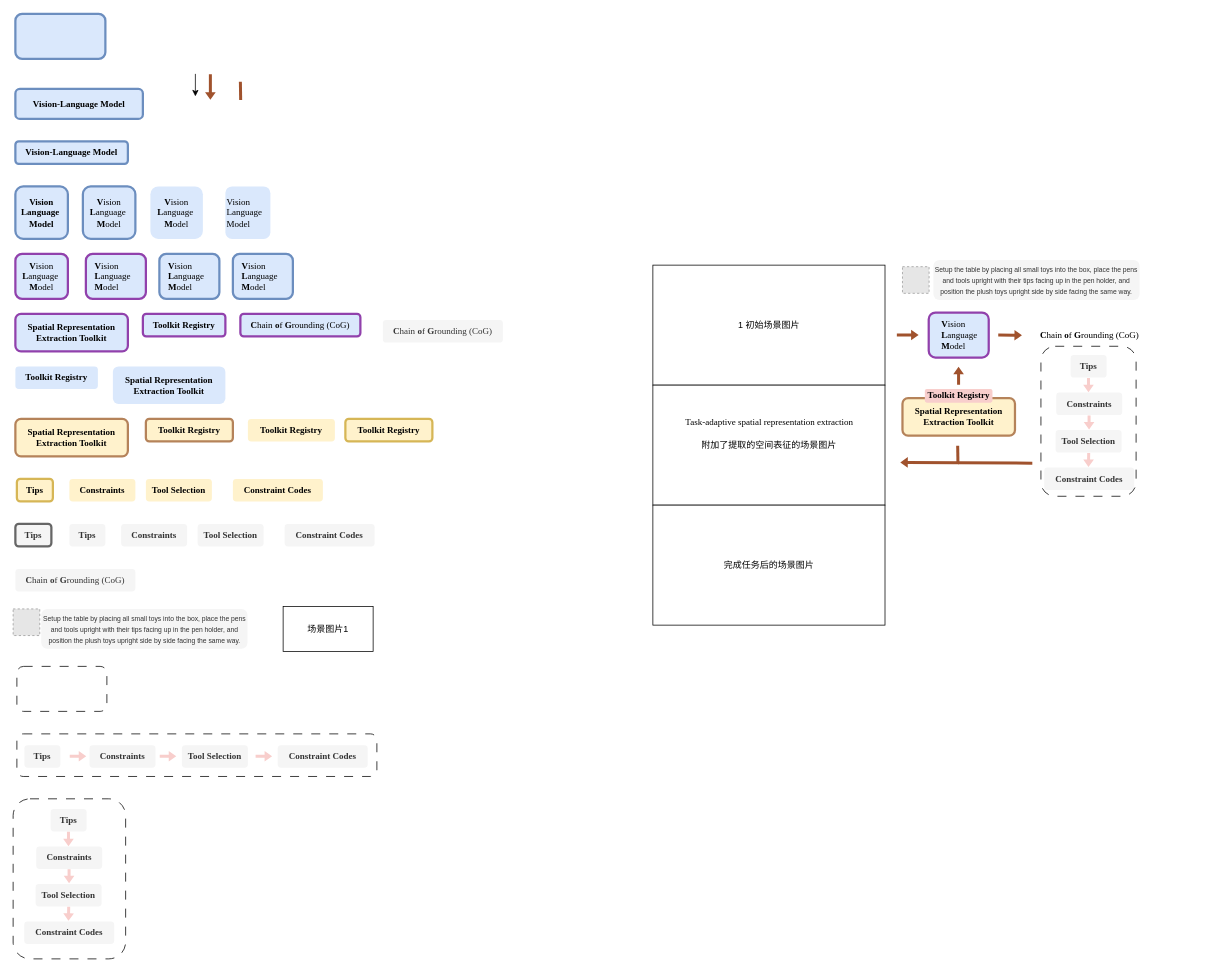
AnonAnonAnonAnonAnon/Figure_live keeps this draw.io diagram as taki.drawio. Above is the earlier version. Source tidied: cells renumbered, new cells numbered last; positions are measured from the earlier drawing's top-left corner, leaving out a move shared by most shapes. Both pictures are drawn from the tidied source at 75%, with x=0, y=0 at pixel (13, 14). Pictures stored in the file or linked from it are replaced by grey dashed boxes.
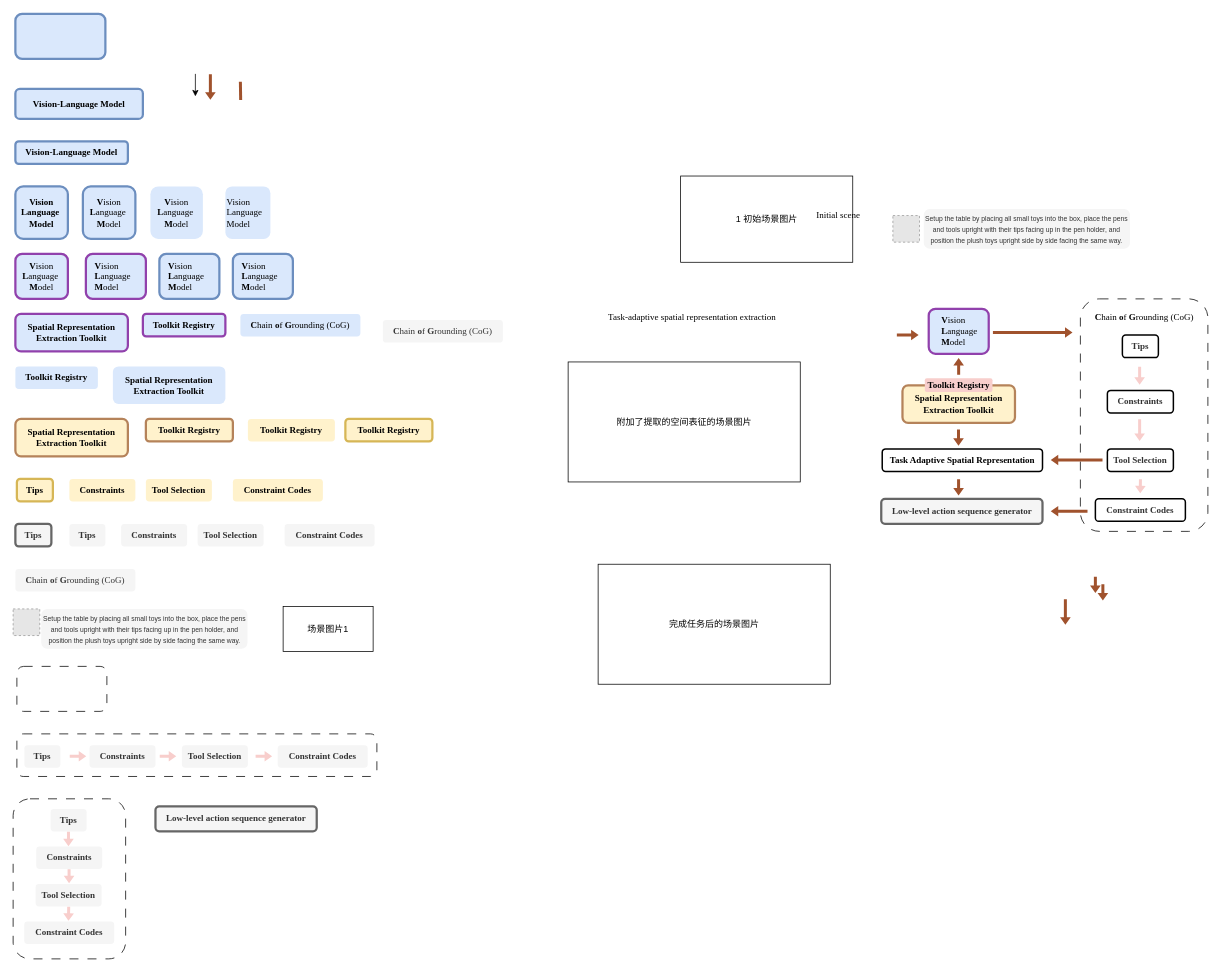
Above is the later version.

Change to the diagram source:
```diff
@@
-    <mxCell id="17" value="&lt;div&gt;&lt;div class=&quot;old-record-id-Jpved50hUo4uE4xDqZKcLIfEnAk&quot;&gt;&lt;font&gt;&lt;b&gt;C&lt;/b&gt;hain &lt;b&gt;o&lt;/b&gt;f &lt;b&gt;G&lt;/b&gt;rounding (CoG)&lt;/font&gt;&lt;/div&gt;&lt;/div&gt;&lt;font&gt;&lt;span data-lark-record-data=&quot;{&amp;quot;rootId&amp;quot;:&amp;quot;Y6xqdsJ0JoNIp3x1KjNcxyL0n1f&amp;quot;,&amp;quot;text&amp;quot;:{&amp;quot;initialAttributedTexts&amp;quot;:{&amp;quot;text&amp;quot;:{&amp;quot;0&amp;quot;:&amp;quot;Chain of Grounding (CoG)&amp;quot;},&amp;quot;attribs&amp;quot;:{&amp;quot;0&amp;quot;:&amp;quot;*0+o&amp;quot;}},&amp;quot;apool&amp;quot;:{&amp;quot;numToAttrib&amp;quot;:{&amp;quot;0&amp;quot;:[&amp;quot;author&amp;quot;,&amp;quot;7455933905562779650&amp;quot;]},&amp;quot;nextNum&amp;quot;:1}},&amp;quot;type&amp;quot;:&amp;quot;text&amp;quot;,&amp;quot;referenceRecordMap&amp;quot;:{},&amp;quot;extra&amp;quot;:{&amp;quot;channel&amp;quot;:&amp;quot;saas&amp;quot;,&amp;quot;isEqualBlockSelection&amp;quot;:false,&amp;quot;pasteRandomId&amp;quot;:&amp;quot;5d08a9c0-3101-4293-8adc-91da2f840806&amp;quot;,&amp;quot;mention_page_title&amp;quot;:{},&amp;quot;external_mention_url&amp;quot;:{}},&amp;quot;isKeepQuoteContainer&amp;quot;:false,&amp;quot;isFromCode&amp;quot;:false,&amp;quot;selection&amp;quot;:[{&amp;quot;id&amp;quot;:1047,&amp;quot;type&amp;quot;:&amp;quot;text&amp;quot;,&amp;quot;selection&amp;quot;:{&amp;quot;start&amp;quot;:4,&amp;quot;end&amp;quot;:28},&amp;quot;recordId&amp;quot;:&amp;quot;Jpved50hUo4uE4xDqZKcLIfEnAk&amp;quot;}],&amp;quot;payloadMap&amp;quot;:{},&amp;quot;isCut&amp;quot;:false}&quot; class=&quot;lark-record-clipboard&quot;&gt;&lt;/span&gt;&lt;/font&gt;" style="rounded=1;whiteSpace=wrap;html=1;strokeWidth=3;fillColor=#dae8fc;strokeColor=light-dark(#9141ac, #a9adff);align=center;fontFamily=Times New Roman;" parent="1" vertex="1">
+    <mxCell id="17" value="&lt;div&gt;&lt;div class=&quot;old-record-id-Jpved50hUo4uE4xDqZKcLIfEnAk&quot;&gt;&lt;font&gt;&lt;b&gt;C&lt;/b&gt;hain &lt;b&gt;o&lt;/b&gt;f &lt;b&gt;G&lt;/b&gt;rounding (CoG)&lt;/font&gt;&lt;/div&gt;&lt;/div&gt;&lt;font&gt;&lt;span data-lark-record-data=&quot;{&amp;quot;rootId&amp;quot;:&amp;quot;Y6xqdsJ0JoNIp3x1KjNcxyL0n1f&amp;quot;,&amp;quot;text&amp;quot;:{&amp;quot;initialAttributedTexts&amp;quot;:{&amp;quot;text&amp;quot;:{&amp;quot;0&amp;quot;:&amp;quot;Chain of Grounding (CoG)&amp;quot;},&amp;quot;attribs&amp;quot;:{&amp;quot;0&amp;quot;:&amp;quot;*0+o&amp;quot;}},&amp;quot;apool&amp;quot;:{&amp;quot;numToAttrib&amp;quot;:{&amp;quot;0&amp;quot;:[&amp;quot;author&amp;quot;,&amp;quot;7455933905562779650&amp;quot;]},&amp;quot;nextNum&amp;quot;:1}},&amp;quot;type&amp;quot;:&amp;quot;text&amp;quot;,&amp;quot;referenceRecordMap&amp;quot;:{},&amp;quot;extra&amp;quot;:{&amp;quot;channel&amp;quot;:&amp;quot;saas&amp;quot;,&amp;quot;isEqualBlockSelection&amp;quot;:false,&amp;quot;pasteRandomId&amp;quot;:&amp;quot;5d08a9c0-3101-4293-8adc-91da2f840806&amp;quot;,&amp;quot;mention_page_title&amp;quot;:{},&amp;quot;external_mention_url&amp;quot;:{}},&amp;quot;isKeepQuoteContainer&amp;quot;:false,&amp;quot;isFromCode&amp;quot;:false,&amp;quot;selection&amp;quot;:[{&amp;quot;id&amp;quot;:1047,&amp;quot;type&amp;quot;:&amp;quot;text&amp;quot;,&amp;quot;selection&amp;quot;:{&amp;quot;start&amp;quot;:4,&amp;quot;end&amp;quot;:28},&amp;quot;recordId&amp;quot;:&amp;quot;Jpved50hUo4uE4xDqZKcLIfEnAk&amp;quot;}],&amp;quot;payloadMap&amp;quot;:{},&amp;quot;isCut&amp;quot;:false}&quot; class=&quot;lark-record-clipboard&quot;&gt;&lt;/span&gt;&lt;/font&gt;" style="rounded=1;whiteSpace=wrap;html=1;strokeWidth=3;fillColor=#dae8fc;strokeColor=none;align=center;fontFamily=Times New Roman;" parent="1" vertex="1">
       <mxGeometry x="303" y="400" width="160" height="30" as="geometry" />
     </mxCell>
@@
     <mxCell id="39" value="1 初始场景图片" style="rounded=0;whiteSpace=wrap;html=1;" parent="1" vertex="1">
-      <mxGeometry x="853" y="335" width="309.5" height="160" as="geometry" />
+      <mxGeometry x="890" y="216.2" width="229.5" height="115" as="geometry" />
     </mxCell>
     <mxCell id="40" style="fillColor=#E6E6E6;strokeColor=#999999;dashed=1;verticalLabelPosition=bottom;labelBackgroundColor=default;verticalAlign=top;" parent="1" vertex="1">
-      <mxGeometry x="1185.8" y="337.1" width="35.5" height="35.5" as="geometry" />
+      <mxGeometry x="1173" y="268.9" width="35.5" height="35.5" as="geometry" />
     </mxCell>
     <mxCell id="41" value="&lt;p&gt;&lt;font style=&quot;font-size: 9px;&quot;&gt;Setup the table by placing all small toys into the box, place the pens and tools upright with their tips facing up in the pen holder, and position the plush toys upright side by side facing the same way.&lt;/font&gt;&lt;/p&gt;" style="rounded=1;whiteSpace=wrap;html=1;strokeWidth=3;fillColor=#f5f5f5;strokeColor=none;align=center;fontColor=#333333;" parent="1" vertex="1">
-      <mxGeometry x="1227" y="328.2" width="275" height="53.2" as="geometry" />
+      <mxGeometry x="1214.2" y="260" width="275" height="53.2" as="geometry" />
     </mxCell>
     <mxCell id="42" style="rounded=1;whiteSpace=wrap;html=1;strokeWidth=3;fillColor=#dae8fc;strokeColor=light-dark(#9141ac, #a9adff);align=center;" parent="1" vertex="1">
-      <mxGeometry x="1220.8" y="398.2" width="80" height="60" as="geometry" />
+      <mxGeometry x="1220.8" y="393.2" width="80" height="60" as="geometry" />
     </mxCell>
     <mxCell id="43" value="&lt;div align=&quot;left&quot;&gt;&lt;font face=&quot;Times New Roman&quot;&gt;&lt;b&gt;V&lt;/b&gt;ision&lt;/font&gt;&lt;/div&gt;&lt;div align=&quot;left&quot;&gt;&lt;font face=&quot;Times New Roman&quot;&gt;&lt;b&gt;L&lt;/b&gt;anguage&lt;/font&gt;&lt;/div&gt;&lt;div align=&quot;left&quot;&gt;&lt;font face=&quot;Times New Roman&quot;&gt;&lt;b&gt;M&lt;/b&gt;odel&lt;/font&gt;&lt;/div&gt;" style="text;html=1;align=left;verticalAlign=middle;strokeColor=none;fillColor=none;" parent="1" vertex="1">
-      <mxGeometry x="1235.9" y="398.2" width="70" height="60" as="geometry" />
+      <mxGeometry x="1235.9" y="393.2" width="70" height="60" as="geometry" />
     </mxCell>
     <mxCell id="44" value="&lt;font face=&quot;Times New Roman&quot;&gt;&lt;b&gt;Spatial Representation Extraction Toolkit&lt;/b&gt;&lt;/font&gt;" style="rounded=1;whiteSpace=wrap;html=1;strokeWidth=3;fillColor=#fff2cc;strokeColor=light-dark(#b5835a, #00a200);align=center;" parent="1" vertex="1">
-      <mxGeometry x="1185.8" y="512.4" width="150" height="50" as="geometry" />
+      <mxGeometry x="1185.8" y="495.3" width="150" height="50" as="geometry" />
     </mxCell>
     <mxCell id="45" value="&lt;font face=&quot;Times New Roman&quot;&gt;&lt;b&gt;Toolkit Registry&lt;/b&gt;&lt;/font&gt;" style="rounded=1;whiteSpace=wrap;html=1;strokeWidth=3;fillColor=#f8cecc;strokeColor=none;align=center;" parent="1" vertex="1">
-      <mxGeometry x="1215.6" y="500" width="90.2" height="18.4" as="geometry" />
+      <mxGeometry x="1215.6" y="485.8" width="90.2" height="18.4" as="geometry" />
     </mxCell>
@@
-    <mxCell id="65" value="&lt;font face=&quot;Times New Roman&quot;&gt;&lt;b&gt;Tips&lt;/b&gt;&lt;/font&gt;" style="rounded=1;whiteSpace=wrap;html=1;strokeWidth=3;fillColor=#f5f5f5;strokeColor=none;align=center;fontColor=#333333;" parent="1" vertex="1">
-      <mxGeometry x="1410" y="454.9" width="48" height="30" as="geometry" />
+    <mxCell id="65" value="&lt;b&gt;&lt;font face=&quot;Times New Roman&quot;&gt;Tips&lt;/font&gt;&lt;/b&gt;" style="rounded=1;whiteSpace=wrap;html=1;strokeWidth=2;fillColor=none;strokeColor=default;align=center;fontColor=#333333;" parent="1" vertex="1">
+      <mxGeometry x="1479" y="428.3" width="48" height="30" as="geometry" />
     </mxCell>
-    <mxCell id="66" value="&lt;font face=&quot;Times New Roman&quot;&gt;&lt;b&gt;Constraints&lt;/b&gt;&lt;/font&gt;" style="rounded=1;whiteSpace=wrap;html=1;strokeWidth=3;fillColor=#f5f5f5;strokeColor=none;align=center;fontColor=#333333;" parent="1" vertex="1">
-      <mxGeometry x="1390.8" y="504.9" width="88" height="30" as="geometry" />
+    <mxCell id="66" value="&lt;font face=&quot;Times New Roman&quot;&gt;&lt;b&gt;Constraints&lt;/b&gt;&lt;/font&gt;" style="rounded=1;whiteSpace=wrap;html=1;strokeWidth=2;fillColor=none;strokeColor=default;align=center;fontColor=#333333;" parent="1" vertex="1">
+      <mxGeometry x="1459" y="502" width="88" height="30" as="geometry" />
     </mxCell>
-    <mxCell id="67" value="&lt;font face=&quot;Times New Roman&quot;&gt;&lt;b&gt;Tool Selection&lt;/b&gt;&lt;/font&gt;" style="rounded=1;whiteSpace=wrap;html=1;strokeWidth=3;fillColor=#f5f5f5;strokeColor=none;align=center;fontColor=#333333;" parent="1" vertex="1">
-      <mxGeometry x="1390" y="554.9" width="88" height="30" as="geometry" />
+    <mxCell id="67" value="&lt;font face=&quot;Times New Roman&quot;&gt;&lt;b&gt;Tool Selection&lt;/b&gt;&lt;/font&gt;" style="rounded=1;whiteSpace=wrap;html=1;strokeWidth=2;fillColor=none;strokeColor=default;align=center;fontColor=#333333;" parent="1" vertex="1">
+      <mxGeometry x="1459" y="580" width="88" height="30" as="geometry" />
     </mxCell>
-    <mxCell id="68" value="&lt;font face=&quot;Times New Roman&quot;&gt;&lt;b&gt;Constraint Codes&lt;/b&gt;&lt;/font&gt;" style="rounded=1;whiteSpace=wrap;html=1;strokeWidth=3;fillColor=#f5f5f5;strokeColor=none;align=center;fontColor=#333333;" parent="1" vertex="1">
-      <mxGeometry x="1374.8" y="604.9" width="120" height="30" as="geometry" />
+    <mxCell id="68" value="&lt;font face=&quot;Times New Roman&quot;&gt;&lt;b&gt;Constraint Codes&lt;/b&gt;&lt;/font&gt;" style="rounded=1;whiteSpace=wrap;html=1;strokeWidth=2;fillColor=none;strokeColor=default;align=center;fontColor=#333333;" parent="1" vertex="1">
+      <mxGeometry x="1443" y="646.6" width="120" height="30" as="geometry" />
     </mxCell>
     <mxCell id="69" style="rounded=1;whiteSpace=wrap;html=1;fillColor=none;dashed=1;dashPattern=12 12;" parent="1" vertex="1">
-      <mxGeometry x="1370.4" y="443.2" width="126.9" height="200" as="geometry" />
+      <mxGeometry x="1423" y="380" width="170" height="310" as="geometry" />
     </mxCell>
     <mxCell id="70" style="shape=flexArrow;endArrow=classic;html=1;rounded=0;fillColor=#f8cecc;strokeColor=none;targetPerimeterSpacing=0;endSize=3;startSize=6;endWidth=9.2;width=4;shadow=0;" parent="1" edge="1">
       <mxGeometry relative="1" as="geometry">
-        <mxPoint x="1433.8" y="484.9" as="sourcePoint" />
-        <mxPoint x="1433.8" y="505.1" as="targetPoint" />
+        <mxPoint x="1502" y="470" as="sourcePoint" />
+        <mxPoint x="1502" y="495.1" as="targetPoint" />
       </mxGeometry>
     </mxCell>
     <mxCell id="71" style="shape=flexArrow;endArrow=classic;html=1;rounded=0;fillColor=#f8cecc;strokeColor=none;targetPerimeterSpacing=0;endSize=3;startSize=6;endWidth=9.2;width=4;shadow=0;" parent="1" edge="1">
       <mxGeometry relative="1" as="geometry">
-        <mxPoint x="1434.1" y="584.9" as="sourcePoint" />
-        <mxPoint x="1433.8" y="604.7" as="targetPoint" />
+        <mxPoint x="1503.1" y="620" as="sourcePoint" />
+        <mxPoint x="1502.8" y="639.8" as="targetPoint" />
       </mxGeometry>
     </mxCell>
     <mxCell id="72" style="shape=flexArrow;endArrow=classic;html=1;rounded=0;fillColor=#f8cecc;strokeColor=none;targetPerimeterSpacing=0;endSize=3;startSize=6;endWidth=9.2;width=4;shadow=0;" parent="1" edge="1">
       <mxGeometry relative="1" as="geometry">
-        <mxPoint x="1434.6" y="534.9" as="sourcePoint" />
-        <mxPoint x="1434.6" y="554.7" as="targetPoint" />
+        <mxPoint x="1502" y="540" as="sourcePoint" />
+        <mxPoint x="1502" y="570" as="targetPoint" />
       </mxGeometry>
     </mxCell>
     <mxCell id="73" value="&lt;div&gt;&lt;div class=&quot;old-record-id-Jpved50hUo4uE4xDqZKcLIfEnAk&quot;&gt;&lt;font face=&quot;Times New Roman&quot;&gt;&lt;b&gt;C&lt;/b&gt;hain &lt;b&gt;o&lt;/b&gt;f &lt;b&gt;G&lt;/b&gt;rounding (CoG)&lt;/font&gt;&lt;/div&gt;&lt;/div&gt;&lt;font face=&quot;Times New Roman&quot;&gt;&lt;span data-lark-record-data=&quot;{&amp;quot;rootId&amp;quot;:&amp;quot;Y6xqdsJ0JoNIp3x1KjNcxyL0n1f&amp;quot;,&amp;quot;text&amp;quot;:{&amp;quot;initialAttributedTexts&amp;quot;:{&amp;quot;text&amp;quot;:{&amp;quot;0&amp;quot;:&amp;quot;Chain of Grounding (CoG)&amp;quot;},&amp;quot;attribs&amp;quot;:{&amp;quot;0&amp;quot;:&amp;quot;*0+o&amp;quot;}},&amp;quot;apool&amp;quot;:{&amp;quot;numToAttrib&amp;quot;:{&amp;quot;0&amp;quot;:[&amp;quot;author&amp;quot;,&amp;quot;7455933905562779650&amp;quot;]},&amp;quot;nextNum&amp;quot;:1}},&amp;quot;type&amp;quot;:&amp;quot;text&amp;quot;,&amp;quot;referenceRecordMap&amp;quot;:{},&amp;quot;extra&amp;quot;:{&amp;quot;channel&amp;quot;:&amp;quot;saas&amp;quot;,&amp;quot;isEqualBlockSelection&amp;quot;:false,&amp;quot;pasteRandomId&amp;quot;:&amp;quot;5d08a9c0-3101-4293-8adc-91da2f840806&amp;quot;,&amp;quot;mention_page_title&amp;quot;:{},&amp;quot;external_mention_url&amp;quot;:{}},&amp;quot;isKeepQuoteContainer&amp;quot;:false,&amp;quot;isFromCode&amp;quot;:false,&amp;quot;selection&amp;quot;:[{&amp;quot;id&amp;quot;:1047,&amp;quot;type&amp;quot;:&amp;quot;text&amp;quot;,&amp;quot;selection&amp;quot;:{&amp;quot;start&amp;quot;:4,&amp;quot;end&amp;quot;:28},&amp;quot;recordId&amp;quot;:&amp;quot;Jpved50hUo4uE4xDqZKcLIfEnAk&amp;quot;}],&amp;quot;payloadMap&amp;quot;:{},&amp;quot;isCut&amp;quot;:false}&quot; class=&quot;lark-record-clipboard&quot;&gt;&lt;/span&gt;&lt;/font&gt;" style="text;html=1;align=center;verticalAlign=middle;strokeColor=none;fillColor=none;" parent="1" vertex="1">
-      <mxGeometry x="1354.8" y="413.2" width="160" height="30" as="geometry" />
+      <mxGeometry x="1428" y="388.8" width="160" height="30" as="geometry" />
     </mxCell>
     <mxCell id="74" value="附加了提取的空间表征的场景图片" style="rounded=0;whiteSpace=wrap;html=1;" parent="1" vertex="1">
-      <mxGeometry x="853" y="495" width="309.5" height="160" as="geometry" />
+      <mxGeometry x="740" y="464.1" width="309.5" height="160" as="geometry" />
     </mxCell>
     <mxCell id="75" value="&lt;font face=&quot;Times New Roman&quot;&gt;Task-adaptive spatial representation extraction&lt;/font&gt;" style="text;html=1;align=center;verticalAlign=middle;strokeColor=none;fillColor=none;" parent="1" vertex="1">
-      <mxGeometry x="882.8" y="530" width="250" height="30" as="geometry" />
+      <mxGeometry x="780" y="388.8" width="250" height="30" as="geometry" />
     </mxCell>
@@
     <mxCell id="77" style="shape=flexArrow;endArrow=classic;html=1;rounded=0;fillColor=#a0522d;strokeColor=none;targetPerimeterSpacing=0;endSize=3;startSize=6;endWidth=9.2;width=4;shadow=0;" parent="1" edge="1">
       <mxGeometry relative="1" as="geometry">
-        <mxPoint x="1260.6" y="495.1" as="sourcePoint" />
-        <mxPoint x="1260.6" y="470" as="targetPoint" />
+        <mxPoint x="1260.7" y="481.6" as="sourcePoint" />
+        <mxPoint x="1260.7" y="458.2" as="targetPoint" />
       </mxGeometry>
     </mxCell>
     <mxCell id="78" style="shape=flexArrow;endArrow=classic;html=1;rounded=0;fillColor=#a0522d;strokeColor=none;targetPerimeterSpacing=0;endSize=3;startSize=6;endWidth=9.2;width=4;shadow=0;" parent="1" edge="1">
       <mxGeometry relative="1" as="geometry">
-        <mxPoint x="1313" y="428.2" as="sourcePoint" />
-        <mxPoint x="1345.6" y="428.6" as="targetPoint" />
+        <mxPoint x="1305.9" y="424.8" as="sourcePoint" />
+        <mxPoint x="1413" y="424.8" as="targetPoint" />
       </mxGeometry>
     </mxCell>
-    <mxCell id="79" style="shape=flexArrow;endArrow=classic;html=1;rounded=0;fillColor=#a0522d;strokeColor=none;targetPerimeterSpacing=0;endSize=3;startSize=6;endWidth=9.2;width=4;shadow=0;" parent="1" edge="1">
-      <mxGeometry relative="1" as="geometry">
-        <mxPoint x="1261.5" y="598.6" as="sourcePoint" />
-        <mxPoint x="1182.4" y="598" as="targetPoint" />
-      </mxGeometry>
-    </mxCell>
-    <mxCell id="80" style="shape=flexArrow;endArrow=none;html=1;rounded=0;fillColor=#a0522d;strokeColor=none;targetPerimeterSpacing=0;endSize=3;startSize=6;endWidth=9.2;width=4;shadow=0;startFill=0;" parent="1" edge="1">
-      <mxGeometry relative="1" as="geometry">
-        <mxPoint x="1259.4" y="575.2" as="sourcePoint" />
-        <mxPoint x="1259.8" y="600.5" as="targetPoint" />
-      </mxGeometry>
-    </mxCell>
@@
-    <mxCell id="82" style="shape=flexArrow;endArrow=none;html=1;rounded=0;fillColor=#a0522d;strokeColor=none;targetPerimeterSpacing=0;endSize=3;startSize=6;endWidth=9.2;width=4;shadow=0;startFill=0;" parent="1" edge="1">
-      <mxGeometry relative="1" as="geometry">
-        <mxPoint x="1259.4" y="598.6" as="sourcePoint" />
-        <mxPoint x="1359.4" y="599" as="targetPoint" />
-      </mxGeometry>
-    </mxCell>
     <mxCell id="83" value="完成任务后的场景图片" style="rounded=0;whiteSpace=wrap;html=1;" parent="1" vertex="1">
-      <mxGeometry x="853" y="655" width="309.5" height="160" as="geometry" />
+      <mxGeometry x="780" y="733.8" width="309.5" height="160" as="geometry" />
     </mxCell>
+    <mxCell id="84" value="&lt;font face=&quot;Times New Roman&quot;&gt;&lt;b&gt;Low-level action sequence generator&lt;/b&gt;&lt;/font&gt;" style="rounded=1;whiteSpace=wrap;html=1;strokeWidth=3;fillColor=#f5f5f5;strokeColor=#666666;align=center;fontColor=#333333;" parent="1" vertex="1">
+      <mxGeometry x="1157.5" y="646.6" width="215" height="33.4" as="geometry" />
+    </mxCell>
+    <mxCell id="85" style="shape=flexArrow;endArrow=classic;html=1;rounded=0;fillColor=#a0522d;strokeColor=none;targetPerimeterSpacing=0;endSize=3;startSize=6;endWidth=9.2;width=4;shadow=0;" parent="1" edge="1">
+      <mxGeometry relative="1" as="geometry">
+        <mxPoint x="1403" y="780" as="sourcePoint" />
+        <mxPoint x="1403" y="815" as="targetPoint" />
+      </mxGeometry>
+    </mxCell>
+    <mxCell id="86" value="&lt;font face=&quot;Times New Roman&quot;&gt;&lt;span lang=&quot;en&quot; class=&quot;HwtZe&quot;&gt;&lt;span class=&quot;jCAhz ChMk0b&quot;&gt;&lt;span class=&quot;ryNqvb&quot;&gt;Initial scene&lt;/span&gt;&lt;/span&gt;&lt;/span&gt;&lt;/font&gt;" style="text;html=1;align=center;verticalAlign=middle;strokeColor=none;fillColor=none;" parent="1" vertex="1">
+      <mxGeometry x="1060" y="253.8" width="80" height="30" as="geometry" />
+    </mxCell>
+    <mxCell id="87" value="&lt;font face=&quot;Times New Roman&quot;&gt;&lt;b&gt;Low-level action sequence generator&lt;/b&gt;&lt;/font&gt;" style="rounded=1;whiteSpace=wrap;html=1;strokeWidth=3;fillColor=#f5f5f5;strokeColor=#666666;align=center;fontColor=#333333;" parent="1" vertex="1">
+      <mxGeometry x="189.8" y="1056.6" width="215" height="33.4" as="geometry" />
+    </mxCell>
+    <mxCell id="88" value="&lt;b&gt;&lt;font face=&quot;Times New Roman&quot;&gt;Task Adaptive Spatial Representation&lt;/font&gt;&lt;/b&gt;" style="rounded=1;whiteSpace=wrap;html=1;strokeWidth=2;fillColor=none;strokeColor=default;align=center;" parent="1" vertex="1">
+      <mxGeometry x="1158.8" y="580" width="213.7" height="30" as="geometry" />
+    </mxCell>
+    <mxCell id="89" style="shape=flexArrow;endArrow=classic;html=1;rounded=0;fillColor=#a0522d;strokeColor=none;targetPerimeterSpacing=0;endSize=3;startSize=6;endWidth=9.2;width=4;shadow=0;" parent="1" edge="1">
+      <mxGeometry relative="1" as="geometry">
+        <mxPoint x="1453" y="594.8" as="sourcePoint" />
+        <mxPoint x="1383" y="594.8" as="targetPoint" />
+      </mxGeometry>
+    </mxCell>
+    <mxCell id="90" style="shape=flexArrow;endArrow=classic;html=1;rounded=0;fillColor=#a0522d;strokeColor=none;targetPerimeterSpacing=0;endSize=3;startSize=6;endWidth=9.2;width=4;shadow=0;" parent="1" edge="1">
+      <mxGeometry relative="1" as="geometry">
+        <mxPoint x="1443" y="750" as="sourcePoint" />
+        <mxPoint x="1443" y="772.5" as="targetPoint" />
+      </mxGeometry>
+    </mxCell>
+    <mxCell id="91" style="shape=flexArrow;endArrow=classic;html=1;rounded=0;fillColor=#a0522d;strokeColor=none;targetPerimeterSpacing=0;endSize=3;startSize=6;endWidth=9.2;width=4;shadow=0;" parent="1" edge="1">
+      <mxGeometry relative="1" as="geometry">
+        <mxPoint x="1260.5" y="553.8" as="sourcePoint" />
+        <mxPoint x="1260.5" y="576.2" as="targetPoint" />
+      </mxGeometry>
+    </mxCell>
+    <mxCell id="92" style="shape=flexArrow;endArrow=classic;html=1;rounded=0;fillColor=#a0522d;strokeColor=none;targetPerimeterSpacing=0;endSize=3;startSize=6;endWidth=9.2;width=4;shadow=0;" parent="1" edge="1">
+      <mxGeometry relative="1" as="geometry">
+        <mxPoint x="1453" y="760" as="sourcePoint" />
+        <mxPoint x="1453" y="782.5" as="targetPoint" />
+      </mxGeometry>
+    </mxCell>
+    <mxCell id="93" style="shape=flexArrow;endArrow=classic;html=1;rounded=0;fillColor=#a0522d;strokeColor=none;targetPerimeterSpacing=0;endSize=3;startSize=6;endWidth=9.2;width=4;shadow=0;" parent="1" edge="1">
+      <mxGeometry relative="1" as="geometry">
+        <mxPoint x="1260.6" y="620" as="sourcePoint" />
+        <mxPoint x="1260.6" y="642.5" as="targetPoint" />
+      </mxGeometry>
+    </mxCell>
+    <mxCell id="94" style="shape=flexArrow;endArrow=classic;html=1;rounded=0;fillColor=#a0522d;strokeColor=none;targetPerimeterSpacing=0;endSize=3;startSize=6;endWidth=9.2;width=4;shadow=0;" parent="1" edge="1">
+      <mxGeometry relative="1" as="geometry">
+        <mxPoint x="1433" y="663.1" as="sourcePoint" />
+        <mxPoint x="1383" y="663.1" as="targetPoint" />
+      </mxGeometry>
+    </mxCell>
```
